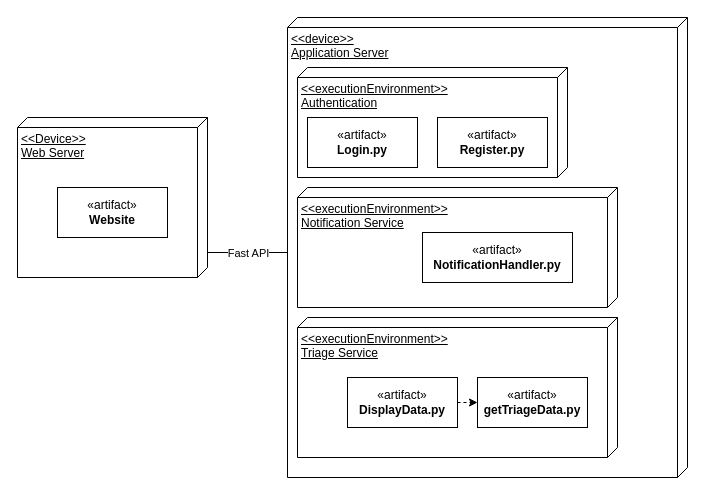
Before: Usecases/UI_deployment.drawio in uvic-teach/project-m1-team8, a draw.io diagram. Source tidied: cells renumbered, new cells numbered last; positions are measured from the earlier drawing's top-left corner, leaving out a move shared by most shapes. Both pictures are drawn from the tidied source at 100%, with x=0, y=0 at pixel (17, 17).
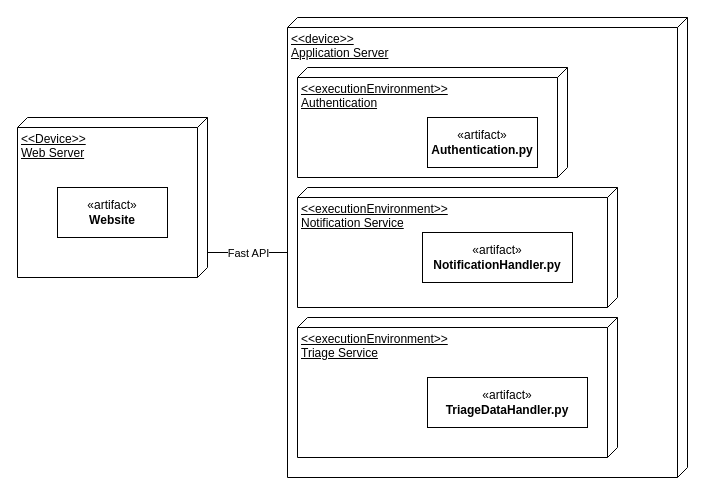
Above is the later version.

Commit message:
Update to data in codespace

Diff of the diagram source:
```diff
@@
 <mxGraphModel>
   <root>
     <mxCell id="0" />
     <mxCell id="1" parent="0" />
     <mxCell id="2" value="&lt;div&gt;&amp;lt;&amp;lt;device&amp;gt;&amp;gt;&lt;/div&gt;&lt;div&gt;Application Server&lt;/div&gt;&lt;div&gt;&lt;br&gt;&lt;/div&gt;" style="verticalAlign=top;align=left;spacingTop=8;spacingLeft=2;spacingRight=12;shape=cube;size=10;direction=south;fontStyle=4;html=1;whiteSpace=wrap;" parent="1" vertex="1">
       <mxGeometry x="270" width="400" height="460" as="geometry" />
     </mxCell>
     <mxCell id="3" value="&lt;div&gt;&amp;lt;&amp;lt;executionEnvironment&amp;gt;&amp;gt;&lt;/div&gt;&lt;div&gt;Authentication&lt;/div&gt;" style="verticalAlign=top;align=left;spacingTop=8;spacingLeft=2;spacingRight=12;shape=cube;size=10;direction=south;fontStyle=4;html=1;whiteSpace=wrap;" parent="1" vertex="1">
       <mxGeometry x="280" y="50" width="270" height="110" as="geometry" />
     </mxCell>
-    <mxCell id="4" value="«artifact»&lt;br&gt;&lt;b&gt;Login.py&lt;br&gt;&lt;/b&gt;" style="html=1;whiteSpace=wrap;" parent="1" vertex="1">
-      <mxGeometry x="290" y="100" width="110" height="50" as="geometry" />
+    <mxCell id="4" value="«artifact»&lt;br&gt;&lt;b&gt;Authentication.py&lt;br&gt;&lt;/b&gt;" style="html=1;whiteSpace=wrap;" parent="1" vertex="1">
+      <mxGeometry x="410" y="100" width="110" height="50" as="geometry" />
     </mxCell>
-    <mxCell id="5" value="«artifact»&lt;br&gt;&lt;b&gt;Register.py&lt;/b&gt;" style="html=1;whiteSpace=wrap;" parent="1" vertex="1">
-      <mxGeometry x="420" y="100" width="110" height="50" as="geometry" />
-    </mxCell>
     <mxCell id="6" value="&lt;div&gt;&amp;lt;&amp;lt;executionEnvironment&amp;gt;&amp;gt;&lt;/div&gt;&lt;div&gt;Notification Service&lt;br&gt;&lt;/div&gt;" style="verticalAlign=top;align=left;spacingTop=8;spacingLeft=2;spacingRight=12;shape=cube;size=10;direction=south;fontStyle=4;html=1;whiteSpace=wrap;" parent="1" vertex="1">
       <mxGeometry x="280" y="170" width="320" height="120" as="geometry" />
     </mxCell>
     <mxCell id="7" value="«artifact»&lt;br&gt;&lt;b&gt;NotificationHandler.py&lt;/b&gt;" style="html=1;whiteSpace=wrap;" parent="1" vertex="1">
       <mxGeometry x="405" y="215" width="150" height="50" as="geometry" />
     </mxCell>
     <mxCell id="8" value="&lt;div&gt;&amp;lt;&amp;lt;executionEnvironment&amp;gt;&amp;gt;&lt;/div&gt;&lt;div&gt;Triage Service&lt;br&gt;&lt;/div&gt;" style="verticalAlign=top;align=left;spacingTop=8;spacingLeft=2;spacingRight=12;shape=cube;size=10;direction=south;fontStyle=4;html=1;whiteSpace=wrap;" parent="1" vertex="1">
       <mxGeometry x="280" y="300" width="320" height="140" as="geometry" />
     </mxCell>
-    <mxCell id="9" value="«artifact»&lt;br&gt;&lt;b&gt;getTriageData.py&lt;/b&gt;" style="html=1;whiteSpace=wrap;" parent="1" vertex="1">
-      <mxGeometry x="460" y="360" width="110" height="50" as="geometry" />
+    <mxCell id="9" value="«artifact»&lt;br&gt;&lt;b&gt;TriageDataHandler.py&lt;/b&gt;" style="html=1;whiteSpace=wrap;" parent="1" vertex="1">
+      <mxGeometry x="410" y="360" width="160" height="50" as="geometry" />
     </mxCell>
-    <mxCell id="10" value="«artifact»&lt;br&gt;&lt;b&gt;DisplayData.py&lt;/b&gt;" style="html=1;whiteSpace=wrap;" parent="1" vertex="1">
-      <mxGeometry x="330" y="360" width="110" height="50" as="geometry" />
-    </mxCell>
     <mxCell id="11" style="endArrow=none;html=1;rounded=0;exitX=0;exitY=0;exitDx=135;exitDy=0;exitPerimeter=0;entryX=0;entryY=0;entryDx=235;entryDy=400;entryPerimeter=0;" parent="1" edge="1" source="13" target="2">
       <mxGeometry relative="1" as="geometry" />
     </mxCell>
     <mxCell id="12" value="Fast API" style="edgeLabel;html=1;align=center;verticalAlign=middle;" parent="11" vertex="1">
       <mxGeometry x="-0.28" y="2" relative="1" as="geometry">
         <mxPoint x="11" y="2" as="offset" />
       </mxGeometry>
     </mxCell>
     <mxCell id="13" value="&lt;div&gt;&amp;lt;&amp;lt;Device&amp;gt;&amp;gt;&lt;/div&gt;&lt;div&gt;Web Server&lt;br&gt;&lt;/div&gt;" style="verticalAlign=top;align=left;spacingTop=8;spacingLeft=2;spacingRight=12;shape=cube;size=10;direction=south;fontStyle=4;html=1;whiteSpace=wrap;" parent="1" vertex="1">
       <mxGeometry y="100" width="190" height="160" as="geometry" />
     </mxCell>
     <mxCell id="14" value="«artifact»&lt;br&gt;&lt;b&gt;Website&lt;br&gt;&lt;/b&gt;" style="html=1;whiteSpace=wrap;" parent="1" vertex="1">
       <mxGeometry x="40" y="170" width="110" height="50" as="geometry" />
     </mxCell>
-    <mxCell id="15" style="endArrow=classic;html=1;rounded=0;entryX=0;entryY=0.5;entryDx=0;entryDy=0;exitX=1;exitY=0.5;exitDx=0;exitDy=0;dashed=1;" parent="1" edge="1" source="10" target="9">
-      <mxGeometry relative="1" as="geometry" />
-    </mxCell>
   </root>
 </mxGraphModel>
```
